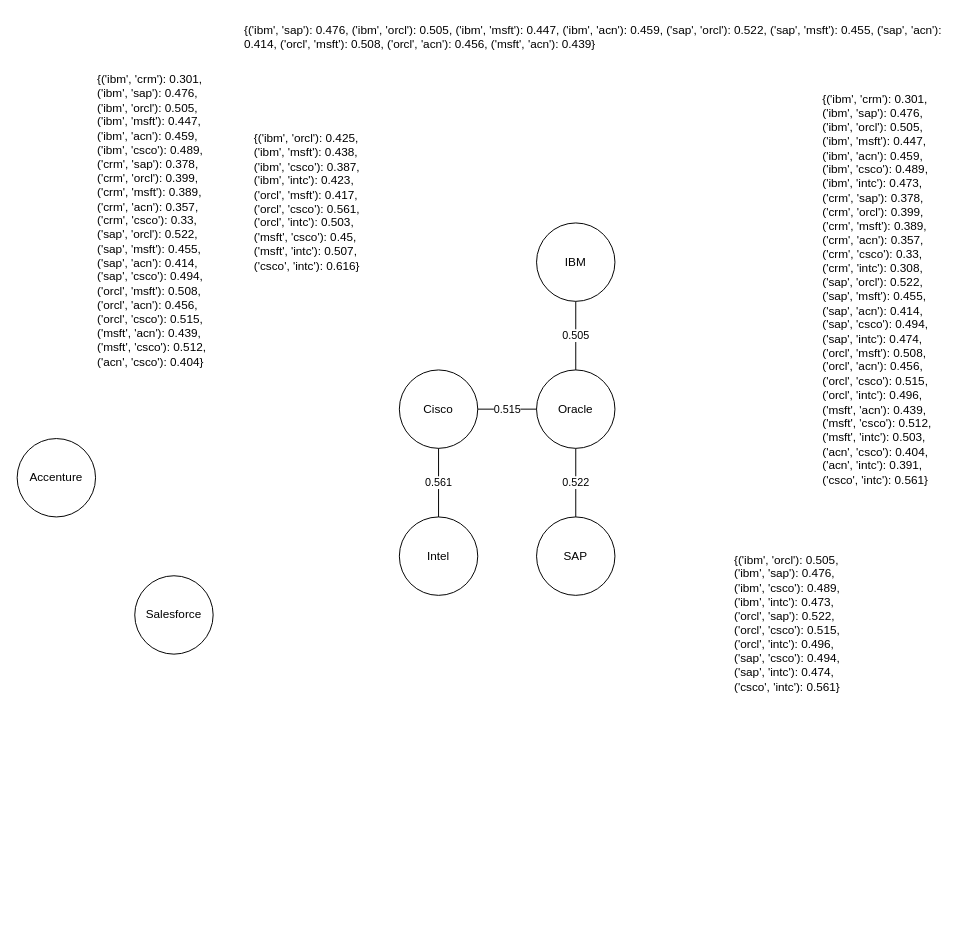
Earlier version of the draw.io diagram Untitled Diagram.drawio (OmerShubi/Stock-Price-Change-Direction-Prediction). Source tidied: cells renumbered, new cells numbered last; positions are measured from the earlier drawing's top-left corner, leaving out a move shared by most shapes. Both pictures are drawn from the tidied source at 98%, with x=0, y=0 at pixel (17, 17).
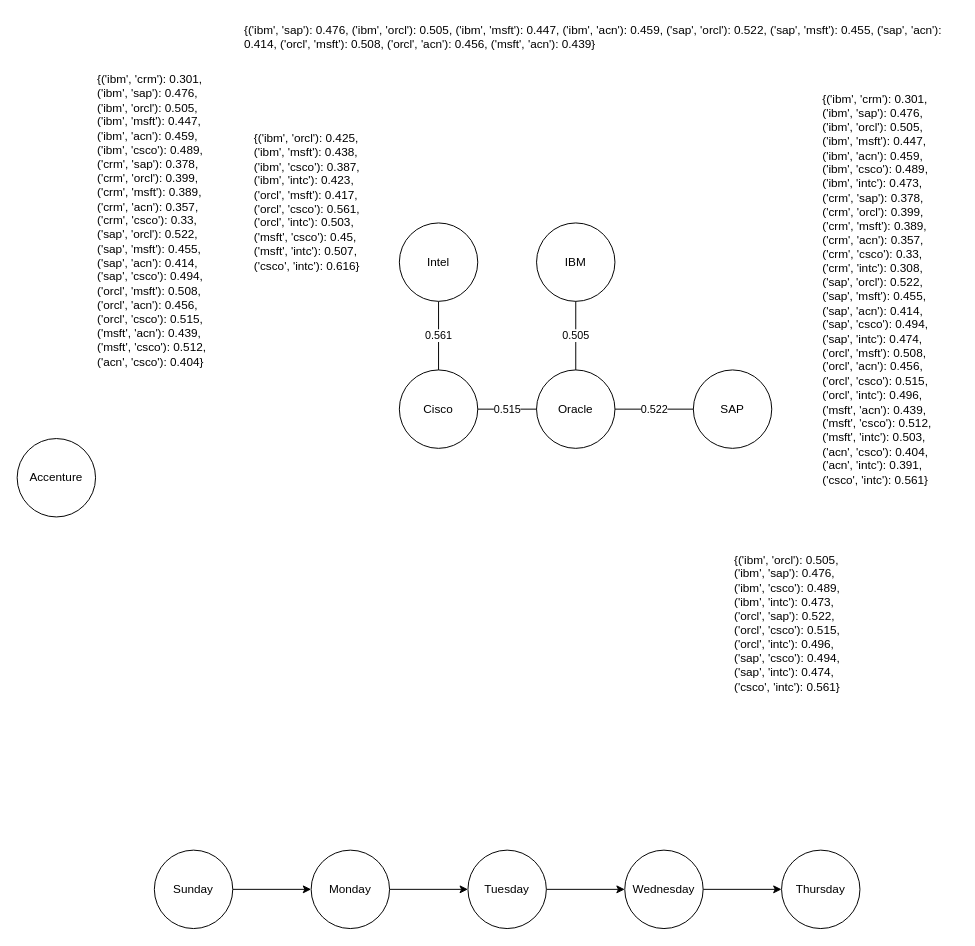
Above is the later version.

Change to the diagram source:
```diff
@@
-    <mxCell id="2" value="0.505" style="edgeStyle=orthogonalEdgeStyle;rounded=0;jettySize=auto;html=1;endArrow=none;endFill=0;" parent="1" edge="1" source="3" target="7">
-      <mxGeometry relative="1" as="geometry" />
-    </mxCell>
+    <mxCell id="5" value="{('ibm', 'sap'): 0.476, ('ibm', 'orcl'): 0.505, ('ibm', 'msft'): 0.447, ('ibm', 'acn'): 0.459, ('sap', 'orcl'): 0.522, ('sap', 'msft'): 0.455, ('sap', 'acn'): 0.414, ('orcl', 'msft'): 0.508, ('orcl', 'acn'): 0.456, ('msft', 'acn'): 0.439}" style="text;whiteSpace=wrap;html=1;" parent="1" vertex="1">
+      <mxGeometry x="230" width="730" height="90" as="geometry" />
+    </mxCell>
+    <mxCell id="8" value="Accenture" style="ellipse;whiteSpace=wrap;html=1;" parent="1" vertex="1">
+      <mxGeometry y="430" width="80" height="80" as="geometry" />
+    </mxCell>
+    <mxCell id="18" style="edgeStyle=orthogonalEdgeStyle;rounded=0;jettySize=auto;html=1;" parent="1" edge="1" source="9" target="20">
+      <mxGeometry relative="1" as="geometry" />
+    </mxCell>
+    <mxCell id="9" value="Sunday" style="ellipse;whiteSpace=wrap;html=1;" parent="1" vertex="1">
+      <mxGeometry x="140" y="850" width="80" height="80" as="geometry" />
+    </mxCell>
+    <mxCell id="10" value="{('ibm', 'crm'): 0.301, ('ibm', 'sap'): 0.476, ('ibm', 'orcl'): 0.505, ('ibm', 'msft'): 0.447, ('ibm', 'acn'): 0.459, ('ibm', 'csco'): 0.489, ('crm', 'sap'): 0.378, ('crm', 'orcl'): 0.399, ('crm', 'msft'): 0.389, ('crm', 'acn'): 0.357, ('crm', 'csco'): 0.33, ('sap', 'orcl'): 0.522, ('sap', 'msft'): 0.455, ('sap', 'acn'): 0.414, ('sap', 'csco'): 0.494, ('orcl', 'msft'): 0.508, ('orcl', 'acn'): 0.456, ('orcl', 'csco'): 0.515, ('msft', 'acn'): 0.439, ('msft', 'csco'): 0.512, ('acn', 'csco'): 0.404}" style="text;whiteSpace=wrap;html=1;" parent="1" vertex="1">
+      <mxGeometry x="80" y="50" width="130" height="90" as="geometry" />
+    </mxCell>
+    <mxCell id="13" value="{('ibm', 'crm'): 0.301, ('ibm', 'sap'): 0.476, ('ibm', 'orcl'): 0.505, ('ibm', 'msft'): 0.447, ('ibm', 'acn'): 0.459, ('ibm', 'csco'): 0.489, ('ibm', 'intc'): 0.473, ('crm', 'sap'): 0.378, ('crm', 'orcl'): 0.399, ('crm', 'msft'): 0.389, ('crm', 'acn'): 0.357, ('crm', 'csco'): 0.33, ('crm', 'intc'): 0.308, ('sap', 'orcl'): 0.522, ('sap', 'msft'): 0.455, ('sap', 'acn'): 0.414, ('sap', 'csco'): 0.494, ('sap', 'intc'): 0.474, ('orcl', 'msft'): 0.508, ('orcl', 'acn'): 0.456, ('orcl', 'csco'): 0.515, ('orcl', 'intc'): 0.496, ('msft', 'acn'): 0.439, ('msft', 'csco'): 0.512, ('msft', 'intc'): 0.503, ('acn', 'csco'): 0.404, ('acn', 'intc'): 0.391, ('csco', 'intc'): 0.561}" style="text;whiteSpace=wrap;html=1;" parent="1" vertex="1">
+      <mxGeometry x="820" y="70" width="120" height="410" as="geometry" />
+    </mxCell>
+    <mxCell id="16" value="{('ibm', 'orcl'): 0.425, ('ibm', 'msft'): 0.438, ('ibm', 'csco'): 0.387, ('ibm', 'intc'): 0.423, ('orcl', 'msft'): 0.417, ('orcl', 'csco'): 0.561, ('orcl', 'intc'): 0.503, ('msft', 'csco'): 0.45, ('msft', 'intc'): 0.507, ('csco', 'intc'): 0.616}" style="text;whiteSpace=wrap;html=1;" parent="1" vertex="1">
+      <mxGeometry x="240" y="110" width="110" height="60" as="geometry" />
+    </mxCell>
+    <mxCell id="17" value="{('ibm', 'orcl'): 0.505, ('ibm', 'sap'): 0.476, ('ibm', 'csco'): 0.489, ('ibm', 'intc'): 0.473, ('orcl', 'sap'): 0.522, ('orcl', 'csco'): 0.515, ('orcl', 'intc'): 0.496, ('sap', 'csco'): 0.494, ('sap', 'intc'): 0.474, ('csco', 'intc'): 0.561}" style="text;whiteSpace=wrap;html=1;" parent="1" vertex="1">
+      <mxGeometry x="730" y="540" width="110" height="60" as="geometry" />
+    </mxCell>
+    <mxCell id="19" style="edgeStyle=orthogonalEdgeStyle;rounded=0;jettySize=auto;html=1;" parent="1" edge="1" source="20" target="22">
+      <mxGeometry relative="1" as="geometry" />
+    </mxCell>
+    <mxCell id="20" value="Monday" style="ellipse;whiteSpace=wrap;html=1;" parent="1" vertex="1">
+      <mxGeometry x="300" y="850" width="80" height="80" as="geometry" />
+    </mxCell>
+    <mxCell id="21" style="edgeStyle=orthogonalEdgeStyle;rounded=0;jettySize=auto;html=1;" parent="1" edge="1" source="22" target="24">
+      <mxGeometry relative="1" as="geometry" />
+    </mxCell>
+    <mxCell id="22" value="Tuesday" style="ellipse;whiteSpace=wrap;html=1;" parent="1" vertex="1">
+      <mxGeometry x="460" y="850" width="80" height="80" as="geometry" />
+    </mxCell>
+    <mxCell id="23" style="edgeStyle=orthogonalEdgeStyle;rounded=0;jettySize=auto;html=1;" parent="1" edge="1" source="24" target="25">
+      <mxGeometry relative="1" as="geometry" />
+    </mxCell>
+    <mxCell id="24" value="Wednesday" style="ellipse;whiteSpace=wrap;html=1;" parent="1" vertex="1">
+      <mxGeometry x="620" y="850" width="80" height="80" as="geometry" />
+    </mxCell>
+    <mxCell id="25" value="Thursday" style="ellipse;whiteSpace=wrap;html=1;" parent="1" vertex="1">
+      <mxGeometry x="780" y="850" width="80" height="80" as="geometry" />
+    </mxCell>
+    <mxCell id="26" style="group;" parent="1" vertex="1">
+      <mxGeometry x="390" y="210" width="380" height="230" as="geometry" />
+    </mxCell>
-    <mxCell id="3" value="IBM" style="ellipse;whiteSpace=wrap;html=1;" parent="1" vertex="1">
-      <mxGeometry x="530" y="210" width="80" height="80" as="geometry" />
+    <mxCell id="3" value="IBM" style="ellipse;whiteSpace=wrap;html=1;" parent="26" vertex="1">
+      <mxGeometry x="140" width="80" height="80" as="geometry" />
     </mxCell>
-    <mxCell id="4" value="SAP" style="ellipse;whiteSpace=wrap;html=1;" parent="1" vertex="1">
-      <mxGeometry x="530" y="510" width="80" height="80" as="geometry" />
+    <mxCell id="4" value="SAP" style="ellipse;whiteSpace=wrap;html=1;" parent="26" vertex="1">
+      <mxGeometry x="300" y="150" width="80" height="80" as="geometry" />
     </mxCell>
-    <mxCell id="5" value="{('ibm', 'sap'): 0.476, ('ibm', 'orcl'): 0.505, ('ibm', 'msft'): 0.447, ('ibm', 'acn'): 0.459, ('sap', 'orcl'): 0.522, ('sap', 'msft'): 0.455, ('sap', 'acn'): 0.414, ('orcl', 'msft'): 0.508, ('orcl', 'acn'): 0.456, ('msft', 'acn'): 0.439}" style="text;whiteSpace=wrap;html=1;" parent="1" vertex="1">
-      <mxGeometry x="230" width="730" height="90" as="geometry" />
-    </mxCell>
-    <mxCell id="6" value="0.522" style="edgeStyle=orthogonalEdgeStyle;rounded=0;jettySize=auto;html=1;exitX=0.5;exitY=1;exitDx=0;exitDy=0;endArrow=none;endFill=0;" parent="1" edge="1" source="7" target="4">
+    <mxCell id="6" value="0.522" style="edgeStyle=orthogonalEdgeStyle;rounded=0;jettySize=auto;html=1;exitX=1;exitY=0.5;exitDx=0;exitDy=0;endArrow=none;endFill=0;" parent="26" edge="1" source="7" target="4">
       <mxGeometry relative="1" as="geometry" />
     </mxCell>
-    <mxCell id="7" value="Oracle" style="ellipse;whiteSpace=wrap;html=1;" parent="1" vertex="1">
-      <mxGeometry x="530" y="360" width="80" height="80" as="geometry" />
+    <mxCell id="7" value="Oracle" style="ellipse;whiteSpace=wrap;html=1;" parent="26" vertex="1">
+      <mxGeometry x="140" y="150" width="80" height="80" as="geometry" />
     </mxCell>
-    <mxCell id="8" value="Accenture" style="ellipse;whiteSpace=wrap;html=1;" parent="1" vertex="1">
-      <mxGeometry y="430" width="80" height="80" as="geometry" />
-    </mxCell>
-    <mxCell id="9" value="Salesforce" style="ellipse;whiteSpace=wrap;html=1;" parent="1" vertex="1">
-      <mxGeometry x="120" y="570" width="80" height="80" as="geometry" />
-    </mxCell>
-    <mxCell id="10" value="{('ibm', 'crm'): 0.301, ('ibm', 'sap'): 0.476, ('ibm', 'orcl'): 0.505, ('ibm', 'msft'): 0.447, ('ibm', 'acn'): 0.459, ('ibm', 'csco'): 0.489, ('crm', 'sap'): 0.378, ('crm', 'orcl'): 0.399, ('crm', 'msft'): 0.389, ('crm', 'acn'): 0.357, ('crm', 'csco'): 0.33, ('sap', 'orcl'): 0.522, ('sap', 'msft'): 0.455, ('sap', 'acn'): 0.414, ('sap', 'csco'): 0.494, ('orcl', 'msft'): 0.508, ('orcl', 'acn'): 0.456, ('orcl', 'csco'): 0.515, ('msft', 'acn'): 0.439, ('msft', 'csco'): 0.512, ('acn', 'csco'): 0.404}" style="text;whiteSpace=wrap;html=1;" parent="1" vertex="1">
-      <mxGeometry x="80" y="50" width="130" height="90" as="geometry" />
-    </mxCell>
+    <mxCell id="2" value="0.505" style="edgeStyle=orthogonalEdgeStyle;rounded=0;jettySize=auto;html=1;endArrow=none;endFill=0;" parent="26" edge="1" source="3" target="7">
+      <mxGeometry relative="1" as="geometry" />
+    </mxCell>
-    <mxCell id="11" value="0.515" style="edgeStyle=orthogonalEdgeStyle;rounded=0;jettySize=auto;html=1;exitX=1;exitY=0.5;exitDx=0;exitDy=0;entryX=0;entryY=0.5;entryDx=0;entryDy=0;endArrow=none;endFill=0;" parent="1" edge="1" source="12" target="7">
+    <mxCell id="11" value="0.515" style="edgeStyle=orthogonalEdgeStyle;rounded=0;jettySize=auto;html=1;exitX=1;exitY=0.5;exitDx=0;exitDy=0;entryX=0;entryY=0.5;entryDx=0;entryDy=0;endArrow=none;endFill=0;" parent="26" edge="1" source="12" target="7">
       <mxGeometry relative="1" as="geometry" />
     </mxCell>
-    <mxCell id="12" value="Cisco" style="ellipse;whiteSpace=wrap;html=1;" parent="1" vertex="1">
-      <mxGeometry x="390" y="360" width="80" height="80" as="geometry" />
+    <mxCell id="12" value="Cisco" style="ellipse;whiteSpace=wrap;html=1;" parent="26" vertex="1">
+      <mxGeometry y="150" width="80" height="80" as="geometry" />
     </mxCell>
-    <mxCell id="13" value="{('ibm', 'crm'): 0.301, ('ibm', 'sap'): 0.476, ('ibm', 'orcl'): 0.505, ('ibm', 'msft'): 0.447, ('ibm', 'acn'): 0.459, ('ibm', 'csco'): 0.489, ('ibm', 'intc'): 0.473, ('crm', 'sap'): 0.378, ('crm', 'orcl'): 0.399, ('crm', 'msft'): 0.389, ('crm', 'acn'): 0.357, ('crm', 'csco'): 0.33, ('crm', 'intc'): 0.308, ('sap', 'orcl'): 0.522, ('sap', 'msft'): 0.455, ('sap', 'acn'): 0.414, ('sap', 'csco'): 0.494, ('sap', 'intc'): 0.474, ('orcl', 'msft'): 0.508, ('orcl', 'acn'): 0.456, ('orcl', 'csco'): 0.515, ('orcl', 'intc'): 0.496, ('msft', 'acn'): 0.439, ('msft', 'csco'): 0.512, ('msft', 'intc'): 0.503, ('acn', 'csco'): 0.404, ('acn', 'intc'): 0.391, ('csco', 'intc'): 0.561}" style="text;whiteSpace=wrap;html=1;" parent="1" vertex="1">
-      <mxGeometry x="820" y="70" width="120" height="410" as="geometry" />
-    </mxCell>
-    <mxCell id="14" value="0.561" style="edgeStyle=orthogonalEdgeStyle;rounded=0;jettySize=auto;html=1;entryX=0.5;entryY=1;entryDx=0;entryDy=0;endArrow=none;endFill=0;" parent="1" edge="1" source="15" target="12">
+    <mxCell id="14" value="0.561" style="edgeStyle=orthogonalEdgeStyle;rounded=0;jettySize=auto;html=1;entryX=0.5;entryY=0;entryDx=0;entryDy=0;endArrow=none;endFill=0;" parent="26" edge="1" source="15" target="12">
       <mxGeometry relative="1" as="geometry" />
     </mxCell>
-    <mxCell id="15" value="Intel" style="ellipse;whiteSpace=wrap;html=1;" parent="1" vertex="1">
-      <mxGeometry x="390" y="510" width="80" height="80" as="geometry" />
+    <mxCell id="15" value="Intel" style="ellipse;whiteSpace=wrap;html=1;" parent="26" vertex="1">
+      <mxGeometry width="80" height="80" as="geometry" />
     </mxCell>
-    <mxCell id="16" value="{('ibm', 'orcl'): 0.425, ('ibm', 'msft'): 0.438, ('ibm', 'csco'): 0.387, ('ibm', 'intc'): 0.423, ('orcl', 'msft'): 0.417, ('orcl', 'csco'): 0.561, ('orcl', 'intc'): 0.503, ('msft', 'csco'): 0.45, ('msft', 'intc'): 0.507, ('csco', 'intc'): 0.616}" style="text;whiteSpace=wrap;html=1;" parent="1" vertex="1">
-      <mxGeometry x="240" y="110" width="110" height="60" as="geometry" />
-    </mxCell>
-    <mxCell id="17" value="{('ibm', 'orcl'): 0.505, ('ibm', 'sap'): 0.476, ('ibm', 'csco'): 0.489, ('ibm', 'intc'): 0.473, ('orcl', 'sap'): 0.522, ('orcl', 'csco'): 0.515, ('orcl', 'intc'): 0.496, ('sap', 'csco'): 0.494, ('sap', 'intc'): 0.474, ('csco', 'intc'): 0.561}" style="text;whiteSpace=wrap;html=1;" parent="1" vertex="1">
-      <mxGeometry x="730" y="540" width="110" height="60" as="geometry" />
-    </mxCell>
```
